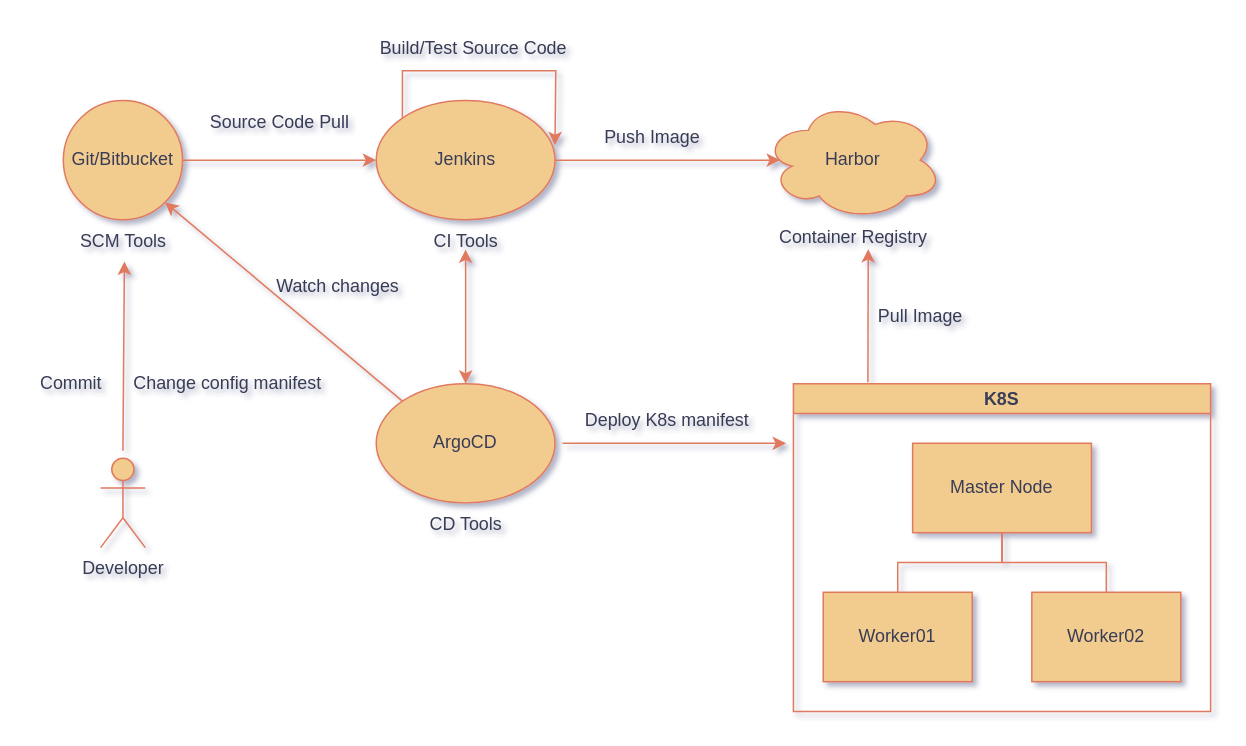
The draw.io diagram Untitled Diagram.drawio in vqmanh/DevOps, before the edit. Source tidied: cells renumbered, new cells numbered last; positions are measured from the earlier drawing's top-left corner, leaving out a move shared by most shapes. Both pictures are drawn from the tidied source at 149%, with x=0, y=0 at pixel (25, 25).
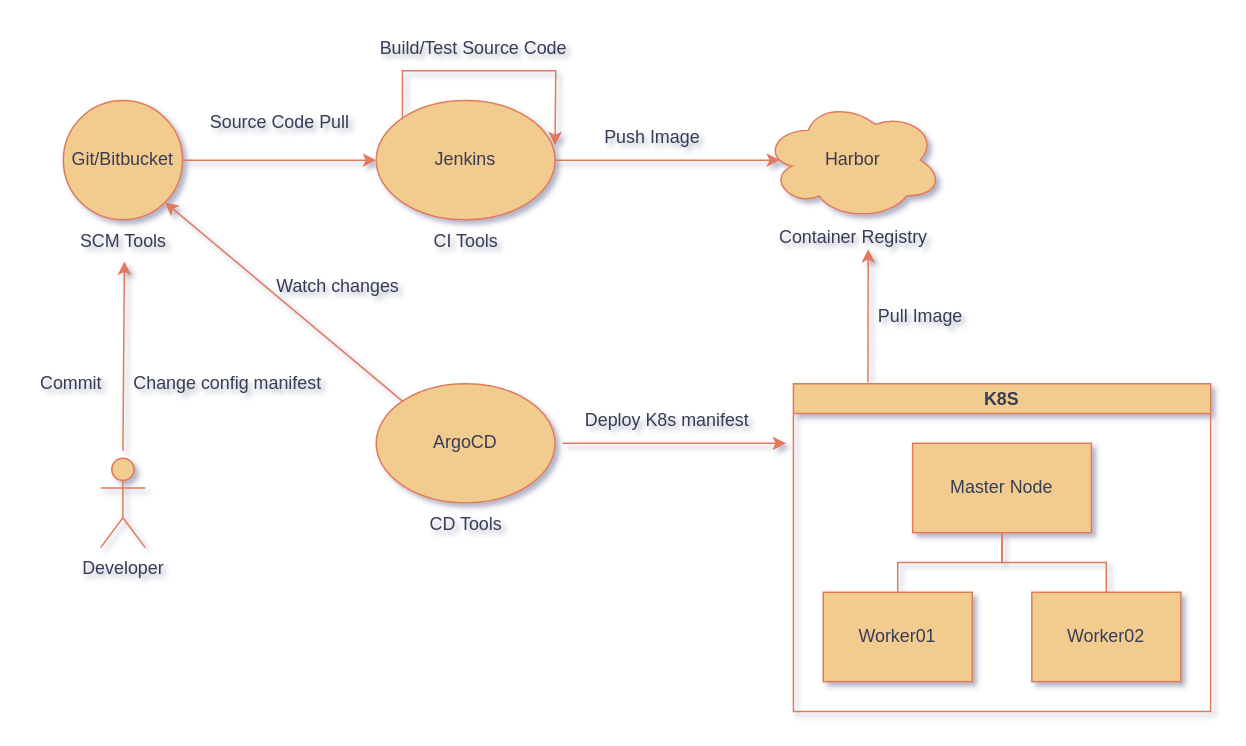
After the change.

The change refers to these unchanged cells:
```xml
<mxCell id="16" value="ArgoCD" style="ellipse;whiteSpace=wrap;html=1;labelBackgroundColor=none;fillColor=#F2CC8F;strokeColor=#E07A5F;fontColor=#393C56;" parent="1" vertex="1">
  <mxGeometry x="235" y="240" width="120" height="80" as="geometry" />
</mxCell>
```

What changed in the source:
```diff
@@
-    <mxCell id="22" style="endArrow=classic;startArrow=classic;html=1;rounded=0;strokeColor=#E07A5F;fontColor=default;exitX=0.5;exitY=0;exitDx=0;exitDy=0;labelBackgroundColor=none;" parent="1" edge="1" source="16">
-      <mxGeometry relative="1" as="geometry">
-        <mxPoint x="295" y="150" as="targetPoint" />
-      </mxGeometry>
-    </mxCell>
```
